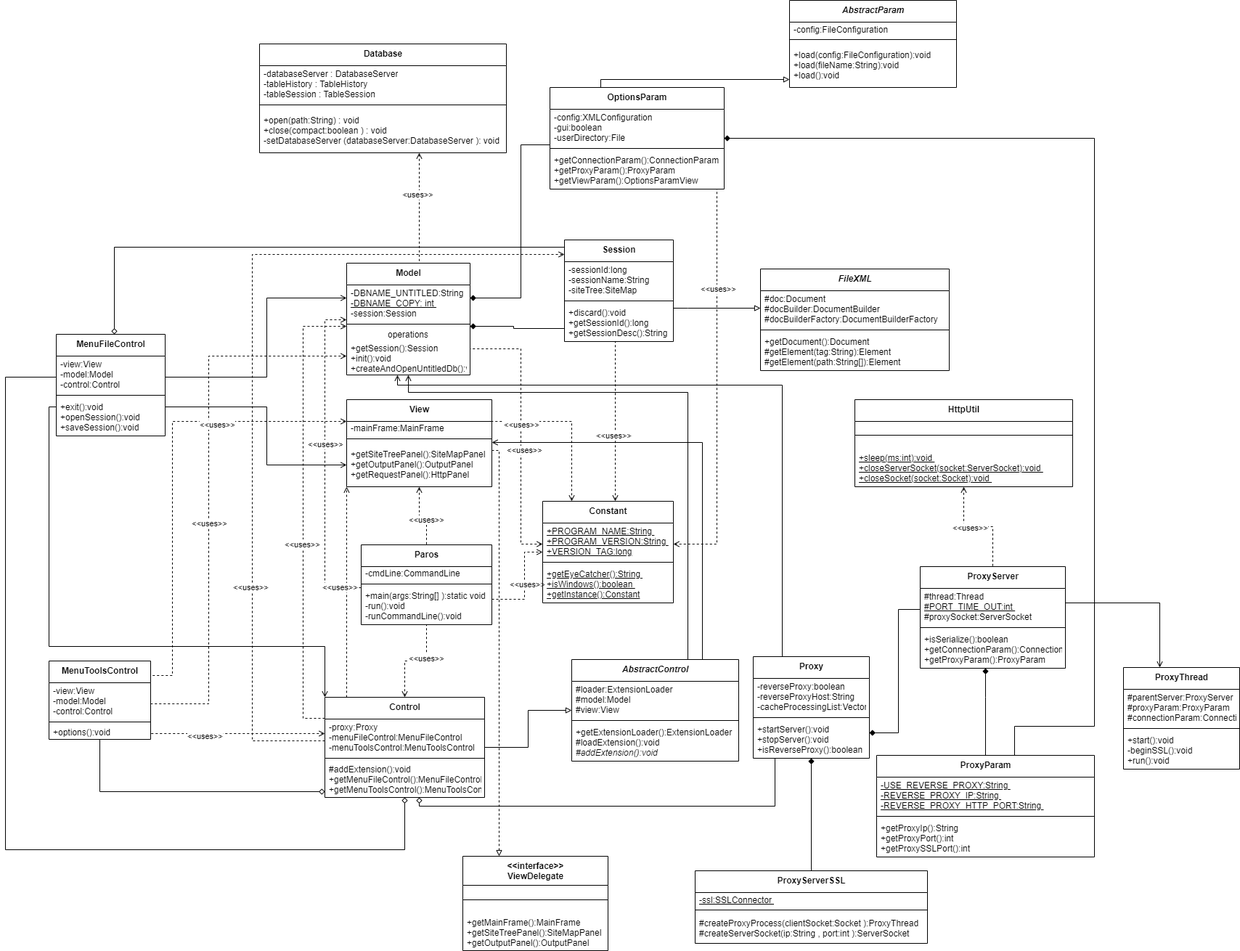
This is lab_uml/Paros Class diagram.drawio.png from pholpaphankorn/softarch, a draw.io export, as it was before one commit. Source tidied: cells renumbered, new cells last; positions are measured from the earlier drawing's top-left corner, leaving out a move shared by most shapes.
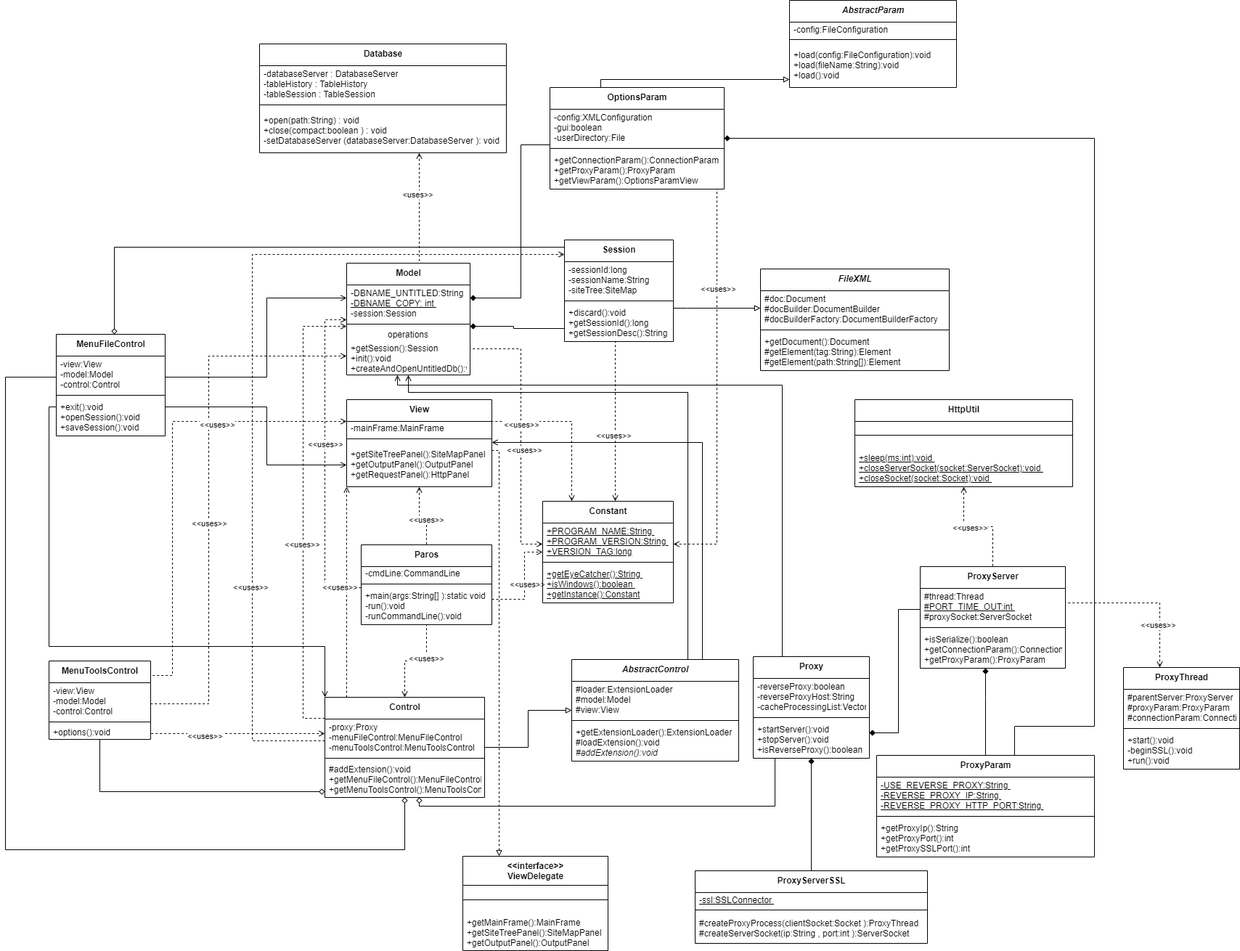
Later version of the same file.

The edit, as a diff of the source:
```diff
@@ -430,13 +430,16 @@
     <mxCell id="99" value="&lt;div&gt;+getProxyIp():String&amp;nbsp;&lt;/div&gt;&lt;div&gt;+getProxyPort():int&amp;nbsp;&lt;/div&gt;&lt;div&gt;+getProxySSLPort():int&amp;nbsp;&lt;/div&gt;" style="text;html=1;strokeColor=none;fillColor=none;align=left;verticalAlign=middle;spacingLeft=4;spacingRight=4;overflow=hidden;" parent="96" vertex="1">
       <mxGeometry y="88" width="300" height="52" as="geometry" />
     </mxCell>
-    <mxCell id="100" style="edgeStyle=orthogonalEdgeStyle;rounded=0;jettySize=auto;html=1;startArrow=open;startFill=0;endArrow=none;endFill=0;" parent="1" edge="1" source="101" target="87">
+    <mxCell id="100" style="edgeStyle=orthogonalEdgeStyle;rounded=0;jettySize=auto;html=1;startArrow=open;startFill=0;endArrow=none;endFill=0;dashed=1;" parent="1" edge="1" source="101" target="87">
       <mxGeometry relative="1" as="geometry">
         <Array as="points">
           <mxPoint x="1590" y="830" />
         </Array>
       </mxGeometry>
     </mxCell>
+    <mxCell id="135" value="&amp;lt;&amp;lt;uses&amp;gt;&amp;gt;" style="edgeLabel;html=1;align=center;verticalAlign=middle;" parent="100" vertex="1">
+      <mxGeometry x="-0.46" y="3" relative="1" as="geometry" />
+    </mxCell>
     <mxCell id="101" value="&lt;span style=&quot;font-weight: 700&quot;&gt;ProxyThread&lt;/span&gt;" style="swimlane;fontStyle=0;align=center;verticalAlign=top;horizontal=1;startSize=30;html=1;" parent="1" vertex="1">
       <mxGeometry x="1540" y="919" width="160" height="140" as="geometry" />
     </mxCell>
```
